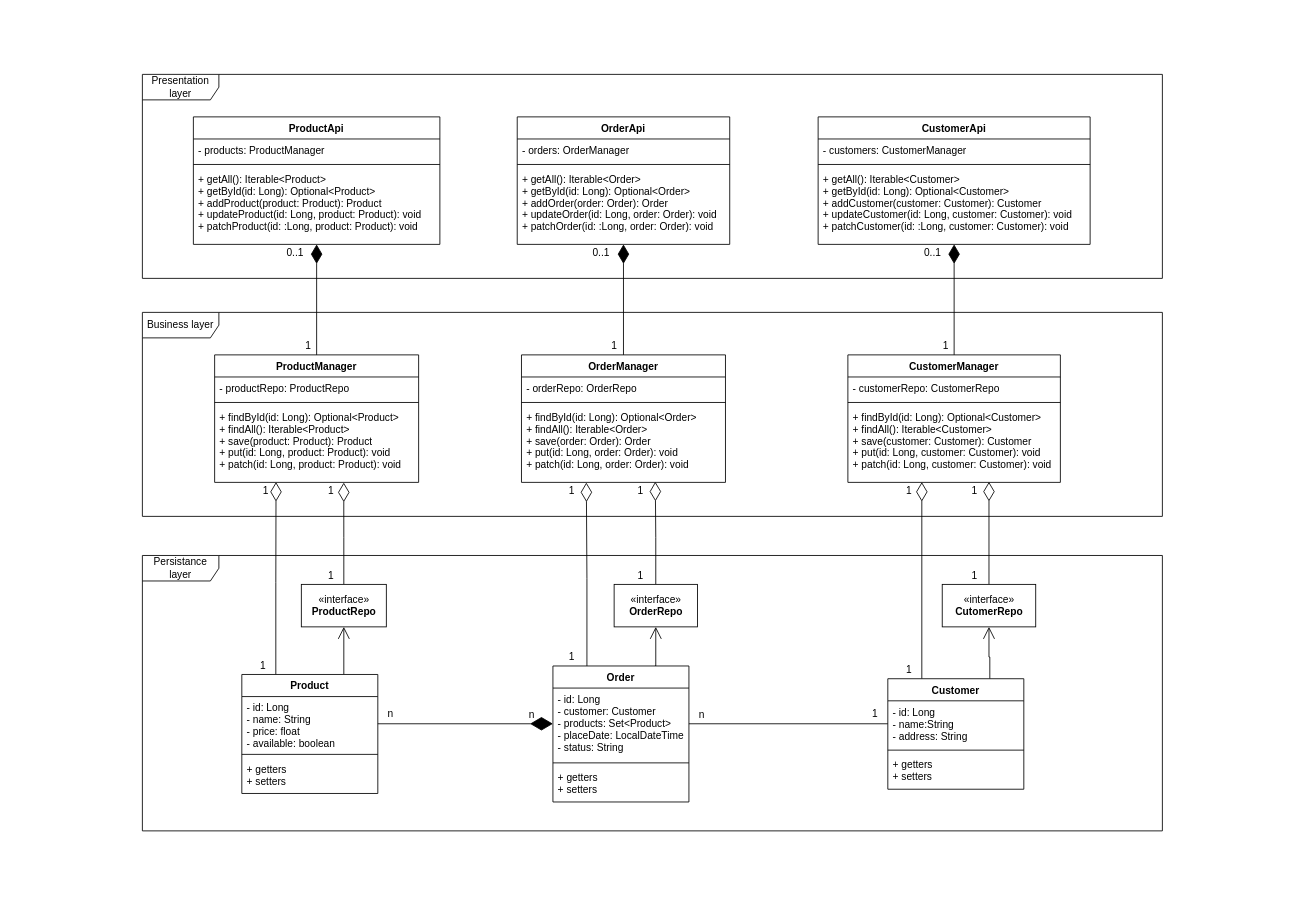
GrzegorzStefanski-ib/io4 keeps this draw.io diagram as doc/class_diagram.drawio. Above is the earlier version. Source tidied: cells renumbered, new cells numbered last; positions are measured from the earlier drawing's top-left corner, leaving out a move shared by most shapes. Both pictures are drawn from the tidied source at 85%, with x=0, y=0 at pixel (14, 14).
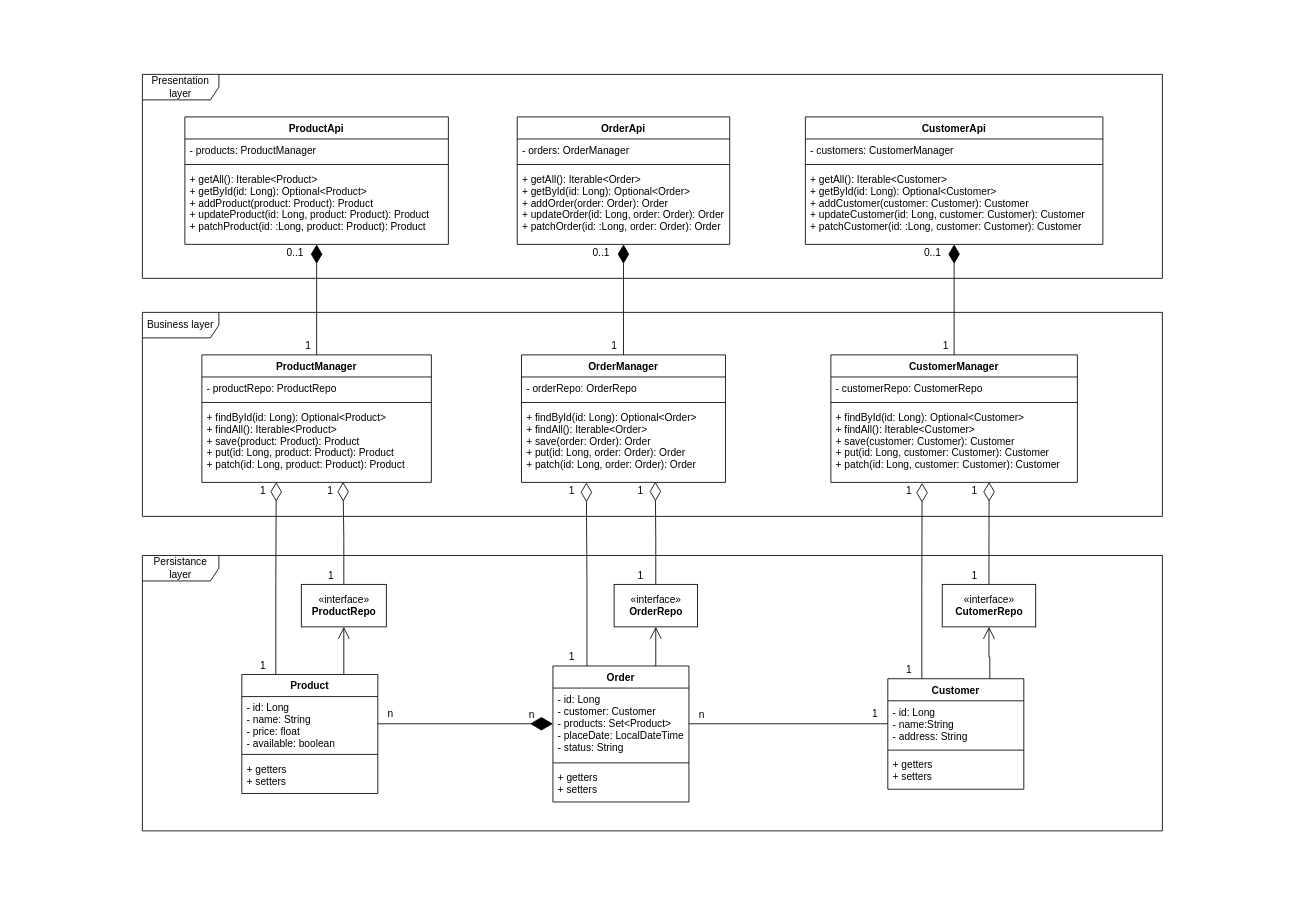
After the change.

The change refers to these unchanged cells:
```xml
<mxCell id="7" value="Product" style="swimlane;fontStyle=1;align=center;verticalAlign=top;horizontal=1;startSize=26;" parent="1" vertex="1">
  <mxGeometry x="267" y="776" width="160" height="140" as="geometry" />
</mxCell>
<mxCell id="19" value="Customer" style="swimlane;fontStyle=1;align=center;verticalAlign=top;horizontal=1;startSize=26;" parent="1" vertex="1">
  <mxGeometry x="1027" y="781" width="160" height="130" as="geometry" />
</mxCell>
<mxCell id="27" value="«interface»&lt;br&gt;&lt;b&gt;ProductRepo&lt;/b&gt;" style="html=1;" parent="1" vertex="1">
  <mxGeometry x="337" y="670" width="100" height="50" as="geometry" />
</mxCell>
<mxCell id="31" value="«interface»&lt;br&gt;&lt;b&gt;CutomerRepo&lt;/b&gt;" style="html=1;" parent="1" vertex="1">
  <mxGeometry x="1091" y="670" width="110" height="50" as="geometry" />
</mxCell>
<mxCell id="39" value="OrderManager" style="swimlane;fontStyle=1;align=center;verticalAlign=top;horizontal=1;startSize=26;" parent="1" vertex="1">
  <mxGeometry x="596" y="400" width="240" height="150" as="geometry" />
</mxCell>
<mxCell id="58" value="OrderApi" style="swimlane;fontStyle=1;align=center;verticalAlign=top;horizontal=1;startSize=26;" parent="1" vertex="1">
  <mxGeometry x="591" y="120" width="250" height="150" as="geometry" />
</mxCell>
```

Diff of the diagram source:
```diff
@@
-    <mxCell id="6" style="edgeStyle=orthogonalEdgeStyle;rounded=0;jettySize=auto;html=1;exitX=0.25;exitY=0;exitDx=0;exitDy=0;entryX=0.301;entryY=0.996;entryDx=0;entryDy=0;entryPerimeter=0;startArrow=none;startFill=0;endArrow=diamondThin;endFill=0;startSize=20;endSize=20;" parent="1" edge="1" source="7" target="37">
+    <mxCell id="6" style="edgeStyle=orthogonalEdgeStyle;rounded=0;jettySize=auto;html=1;exitX=0.25;exitY=0;exitDx=0;exitDy=0;entryX=0.324;entryY=0.995;entryDx=0;entryDy=0;entryPerimeter=0;startArrow=none;startFill=0;endArrow=diamondThin;endFill=0;startSize=20;endSize=20;" parent="1" edge="1" source="7" target="37">
       <mxGeometry relative="1" as="geometry" />
     </mxCell>
@@
-    <mxCell id="18" style="edgeStyle=orthogonalEdgeStyle;rounded=0;jettySize=auto;html=1;exitX=0.25;exitY=0;exitDx=0;exitDy=0;entryX=0.348;entryY=0.996;entryDx=0;entryDy=0;entryPerimeter=0;startArrow=none;startFill=0;endArrow=diamondThin;endFill=0;startSize=20;endSize=20;" parent="1" edge="1" source="19" target="46">
+    <mxCell id="18" style="edgeStyle=orthogonalEdgeStyle;rounded=0;jettySize=auto;html=1;exitX=0.25;exitY=0;exitDx=0;exitDy=0;entryX=0.37;entryY=1.008;entryDx=0;entryDy=0;entryPerimeter=0;startArrow=none;startFill=0;endArrow=diamondThin;endFill=0;startSize=20;endSize=20;" parent="1" edge="1" source="19" target="46">
       <mxGeometry relative="1" as="geometry" />
     </mxCell>
@@
-    <mxCell id="26" style="edgeStyle=orthogonalEdgeStyle;rounded=0;jettySize=auto;html=1;exitX=0.5;exitY=0;exitDx=0;exitDy=0;entryX=0.633;entryY=1.003;entryDx=0;entryDy=0;entryPerimeter=0;startArrow=none;startFill=0;endArrow=diamondThin;endFill=0;startSize=20;endSize=20;" parent="1" edge="1" source="27" target="37">
+    <mxCell id="26" style="edgeStyle=orthogonalEdgeStyle;rounded=0;jettySize=auto;html=1;exitX=0.5;exitY=0;exitDx=0;exitDy=0;entryX=0.615;entryY=0.995;entryDx=0;entryDy=0;entryPerimeter=0;startArrow=none;startFill=0;endArrow=diamondThin;endFill=0;startSize=20;endSize=20;" parent="1" edge="1" source="27" target="37">
       <mxGeometry relative="1" as="geometry" />
     </mxCell>
@@
-    <mxCell id="30" style="edgeStyle=orthogonalEdgeStyle;rounded=0;jettySize=auto;html=1;entryX=0.664;entryY=0.993;entryDx=0;entryDy=0;entryPerimeter=0;startArrow=none;startFill=0;endArrow=diamondThin;endFill=0;startSize=20;endSize=20;" parent="1" edge="1" source="31" target="46">
+    <mxCell id="30" style="edgeStyle=orthogonalEdgeStyle;rounded=0;jettySize=auto;html=1;entryX=0.642;entryY=0.995;entryDx=0;entryDy=0;entryPerimeter=0;startArrow=none;startFill=0;endArrow=diamondThin;endFill=0;startSize=20;endSize=20;" parent="1" edge="1" source="31" target="46">
       <mxGeometry relative="1" as="geometry" />
     </mxCell>
@@
     <mxCell id="34" value="ProductManager" style="swimlane;fontStyle=1;align=center;verticalAlign=top;horizontal=1;startSize=26;" parent="1" vertex="1">
-      <mxGeometry x="235" y="400" width="240" height="150" as="geometry" />
+      <mxGeometry x="220" y="400" width="270" height="150" as="geometry" />
     </mxCell>
     <mxCell id="35" value="- productRepo: ProductRepo" style="text;strokeColor=none;fillColor=none;align=left;verticalAlign=top;spacingLeft=4;spacingRight=4;overflow=hidden;" parent="34" vertex="1">
-      <mxGeometry y="26" width="240" height="26" as="geometry" />
+      <mxGeometry y="26" width="270" height="26" as="geometry" />
     </mxCell>
     <mxCell id="36" style="line;strokeWidth=1;fillColor=none;align=left;verticalAlign=middle;spacingTop=-1;spacingLeft=3;spacingRight=3;labelPosition=right;" parent="34" vertex="1">
-      <mxGeometry y="52" width="240" height="8" as="geometry" />
+      <mxGeometry y="52" width="270" height="8" as="geometry" />
     </mxCell>
-    <mxCell id="37" value="+ findById(id: Long): Optional&lt;Product&gt;&#10;+ findAll(): Iterable&lt;Product&gt;&#10;+ save(product: Product): Product&#10;+ put(id: Long, product: Product): void&#10;+ patch(id: Long, product: Product): void" style="text;strokeColor=none;fillColor=none;align=left;verticalAlign=top;spacingLeft=4;spacingRight=4;overflow=hidden;points=[[0,0.5],[1,0.5]];portConstraint=eastwest;" parent="34" vertex="1">
-      <mxGeometry y="60" width="240" height="90" as="geometry" />
+    <mxCell id="37" value="+ findById(id: Long): Optional&lt;Product&gt;&#10;+ findAll(): Iterable&lt;Product&gt;&#10;+ save(product: Product): Product&#10;+ put(id: Long, product: Product): Product&#10;+ patch(id: Long, product: Product): Product" style="text;strokeColor=none;fillColor=none;align=left;verticalAlign=top;spacingLeft=4;spacingRight=4;overflow=hidden;points=[[0,0.5],[1,0.5]];portConstraint=eastwest;" parent="34" vertex="1">
+      <mxGeometry y="60" width="270" height="90" as="geometry" />
     </mxCell>
@@
-    <mxCell id="42" value="+ findById(id: Long): Optional&lt;Order&gt;&#10;+ findAll(): Iterable&lt;Order&gt;&#10;+ save(order: Order): Order&#10;+ put(id: Long, order: Order): void&#10;+ patch(id: Long, order: Order): void" style="text;strokeColor=none;fillColor=none;align=left;verticalAlign=top;spacingLeft=4;spacingRight=4;overflow=hidden;points=[[0,0.5],[1,0.5]];portConstraint=eastwest;" parent="39" vertex="1">
+    <mxCell id="42" value="+ findById(id: Long): Optional&lt;Order&gt;&#10;+ findAll(): Iterable&lt;Order&gt;&#10;+ save(order: Order): Order&#10;+ put(id: Long, order: Order): Order&#10;+ patch(id: Long, order: Order): Order" style="text;strokeColor=none;fillColor=none;align=left;verticalAlign=top;spacingLeft=4;spacingRight=4;overflow=hidden;points=[[0,0.5],[1,0.5]];portConstraint=eastwest;" parent="39" vertex="1">
       <mxGeometry y="60" width="240" height="90" as="geometry" />
     </mxCell>
     <mxCell id="43" value="CustomerManager" style="swimlane;fontStyle=1;align=center;verticalAlign=top;horizontal=1;startSize=26;" parent="1" vertex="1">
-      <mxGeometry x="980" y="400" width="250" height="150" as="geometry" />
+      <mxGeometry x="960" y="400" width="290" height="150" as="geometry" />
     </mxCell>
     <mxCell id="44" value="- customerRepo: CustomerRepo" style="text;strokeColor=none;fillColor=none;align=left;verticalAlign=top;spacingLeft=4;spacingRight=4;overflow=hidden;" parent="43" vertex="1">
-      <mxGeometry y="26" width="250" height="26" as="geometry" />
+      <mxGeometry y="26" width="290" height="26" as="geometry" />
     </mxCell>
     <mxCell id="45" style="line;strokeWidth=1;fillColor=none;align=left;verticalAlign=middle;spacingTop=-1;spacingLeft=3;spacingRight=3;labelPosition=right;" parent="43" vertex="1">
-      <mxGeometry y="52" width="250" height="8" as="geometry" />
+      <mxGeometry y="52" width="290" height="8" as="geometry" />
     </mxCell>
-    <mxCell id="46" value="+ findById(id: Long): Optional&lt;Customer&gt;&#10;+ findAll(): Iterable&lt;Customer&gt;&#10;+ save(customer: Customer): Customer&#10;+ put(id: Long, customer: Customer): void&#10;+ patch(id: Long, customer: Customer): void" style="text;strokeColor=none;fillColor=none;align=left;verticalAlign=top;spacingLeft=4;spacingRight=4;overflow=hidden;points=[[0,0.5],[1,0.5]];portConstraint=eastwest;" parent="43" vertex="1">
-      <mxGeometry y="60" width="250" height="90" as="geometry" />
+    <mxCell id="46" value="+ findById(id: Long): Optional&lt;Customer&gt;&#10;+ findAll(): Iterable&lt;Customer&gt;&#10;+ save(customer: Customer): Customer&#10;+ put(id: Long, customer: Customer): Customer&#10;+ patch(id: Long, customer: Customer): Customer" style="text;strokeColor=none;fillColor=none;align=left;verticalAlign=top;spacingLeft=4;spacingRight=4;overflow=hidden;points=[[0,0.5],[1,0.5]];portConstraint=eastwest;" parent="43" vertex="1">
+      <mxGeometry y="60" width="290" height="90" as="geometry" />
     </mxCell>
@@
     <mxCell id="48" value="CustomerApi" style="swimlane;fontStyle=1;align=center;verticalAlign=top;horizontal=1;startSize=26;" parent="1" vertex="1">
-      <mxGeometry x="945" y="120" width="320" height="150" as="geometry" />
+      <mxGeometry x="930" y="120" width="350" height="150" as="geometry" />
     </mxCell>
     <mxCell id="49" value="- customers: CustomerManager" style="text;strokeColor=none;fillColor=none;align=left;verticalAlign=top;spacingLeft=4;spacingRight=4;overflow=hidden;" parent="48" vertex="1">
-      <mxGeometry y="26" width="320" height="26" as="geometry" />
+      <mxGeometry y="26" width="350" height="26" as="geometry" />
     </mxCell>
     <mxCell id="50" style="line;strokeWidth=1;fillColor=none;align=left;verticalAlign=middle;spacingTop=-1;spacingLeft=3;spacingRight=3;labelPosition=right;" parent="48" vertex="1">
-      <mxGeometry y="52" width="320" height="8" as="geometry" />
+      <mxGeometry y="52" width="350" height="8" as="geometry" />
     </mxCell>
-    <mxCell id="51" value="+ getAll(): Iterable&lt;Customer&gt;&#10;+ getById(id: Long): Optional&lt;Customer&gt;&#10;+ addCustomer(customer: Customer): Customer&#10;+ updateCustomer(id: Long, customer: Customer): void&#10;+ patchCustomer(id: :Long, customer: Customer): void" style="text;strokeColor=none;fillColor=none;align=left;verticalAlign=top;spacingLeft=4;spacingRight=4;overflow=hidden;" parent="48" vertex="1">
-      <mxGeometry y="60" width="320" height="90" as="geometry" />
+    <mxCell id="51" value="+ getAll(): Iterable&lt;Customer&gt;&#10;+ getById(id: Long): Optional&lt;Customer&gt;&#10;+ addCustomer(customer: Customer): Customer&#10;+ updateCustomer(id: Long, customer: Customer): Customer&#10;+ patchCustomer(id: :Long, customer: Customer): Customer" style="text;strokeColor=none;fillColor=none;align=left;verticalAlign=top;spacingLeft=4;spacingRight=4;overflow=hidden;" parent="48" vertex="1">
+      <mxGeometry y="60" width="350" height="90" as="geometry" />
     </mxCell>
@@
     <mxCell id="53" value="ProductApi" style="swimlane;fontStyle=1;align=center;verticalAlign=top;horizontal=1;startSize=26;" parent="1" vertex="1">
-      <mxGeometry x="210" y="120" width="290" height="150" as="geometry" />
+      <mxGeometry x="200" y="120" width="310" height="150" as="geometry" />
     </mxCell>
     <mxCell id="54" value="- products: ProductManager" style="text;strokeColor=none;fillColor=none;align=left;verticalAlign=top;spacingLeft=4;spacingRight=4;overflow=hidden;" parent="53" vertex="1">
-      <mxGeometry y="26" width="290" height="26" as="geometry" />
+      <mxGeometry y="26" width="310" height="26" as="geometry" />
     </mxCell>
     <mxCell id="55" style="line;strokeWidth=1;fillColor=none;align=left;verticalAlign=middle;spacingTop=-1;spacingLeft=3;spacingRight=3;labelPosition=right;" parent="53" vertex="1">
-      <mxGeometry y="52" width="290" height="8" as="geometry" />
+      <mxGeometry y="52" width="310" height="8" as="geometry" />
     </mxCell>
-    <mxCell id="56" value="+ getAll(): Iterable&lt;Product&gt;&#10;+ getById(id: Long): Optional&lt;Product&gt;&#10;+ addProduct(product: Product): Product&#10;+ updateProduct(id: Long, product: Product): void&#10;+ patchProduct(id: :Long, product: Product): void" style="text;strokeColor=none;fillColor=none;align=left;verticalAlign=top;spacingLeft=4;spacingRight=4;overflow=hidden;" parent="53" vertex="1">
-      <mxGeometry y="60" width="290" height="90" as="geometry" />
+    <mxCell id="56" value="+ getAll(): Iterable&lt;Product&gt;&#10;+ getById(id: Long): Optional&lt;Product&gt;&#10;+ addProduct(product: Product): Product&#10;+ updateProduct(id: Long, product: Product): Product&#10;+ patchProduct(id: :Long, product: Product): Product" style="text;strokeColor=none;fillColor=none;align=left;verticalAlign=top;spacingLeft=4;spacingRight=4;overflow=hidden;" parent="53" vertex="1">
+      <mxGeometry y="60" width="310" height="90" as="geometry" />
     </mxCell>
@@
-    <mxCell id="61" value="+ getAll(): Iterable&lt;Order&gt;&#10;+ getById(id: Long): Optional&lt;Order&gt;&#10;+ addOrder(order: Order): Order&#10;+ updateOrder(id: Long, order: Order): void&#10;+ patchOrder(id: :Long, order: Order): void" style="text;strokeColor=none;fillColor=none;align=left;verticalAlign=top;spacingLeft=4;spacingRight=4;overflow=hidden;" parent="58" vertex="1">
+    <mxCell id="61" value="+ getAll(): Iterable&lt;Order&gt;&#10;+ getById(id: Long): Optional&lt;Order&gt;&#10;+ addOrder(order: Order): Order&#10;+ updateOrder(id: Long, order: Order): Order&#10;+ patchOrder(id: :Long, order: Order): Order" style="text;strokeColor=none;fillColor=none;align=left;verticalAlign=top;spacingLeft=4;spacingRight=4;overflow=hidden;" parent="58" vertex="1">
       <mxGeometry y="60" width="250" height="90" as="geometry" />
     </mxCell>
@@
     <mxCell id="68" value="1" style="text;html=1;align=left;verticalAlign=top;spacingTop=-4;" parent="1" vertex="1">
-      <mxGeometry x="290" y="550" width="20" height="20" as="geometry" />
+      <mxGeometry x="287" y="550" width="20" height="20" as="geometry" />
     </mxCell>
@@
     <mxCell id="70" value="1" style="text;html=1;align=left;verticalAlign=top;spacingTop=-4;" parent="1" vertex="1">
-      <mxGeometry x="367" y="550" width="20" height="20" as="geometry" />
+      <mxGeometry x="366" y="550" width="20" height="20" as="geometry" />
     </mxCell>
```
